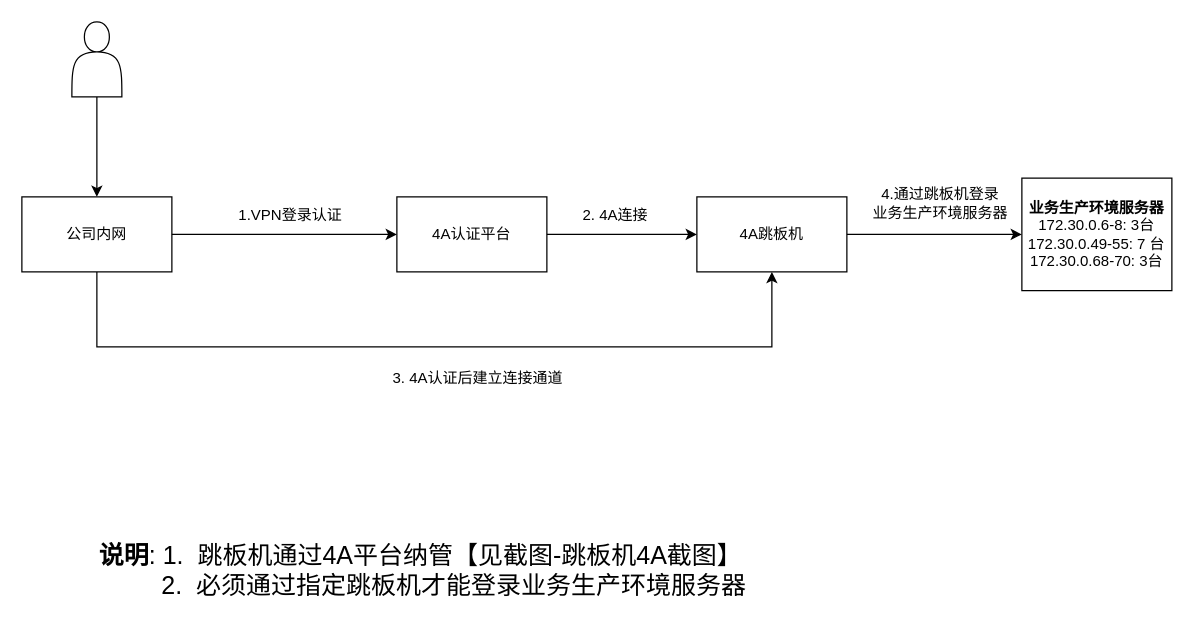
Before: page "第 7 页" (7 of 7) of drawio/安全审查.drawio in Tiny-VS-Lina/ccse, a draw.io diagram. Source tidied: cells renumbered, new cells numbered last; positions are measured from the earlier drawing's top-left corner, leaving out a move shared by most shapes. Both pictures are drawn from the tidied source at 125%, with x=0, y=0 at pixel (21, 21).
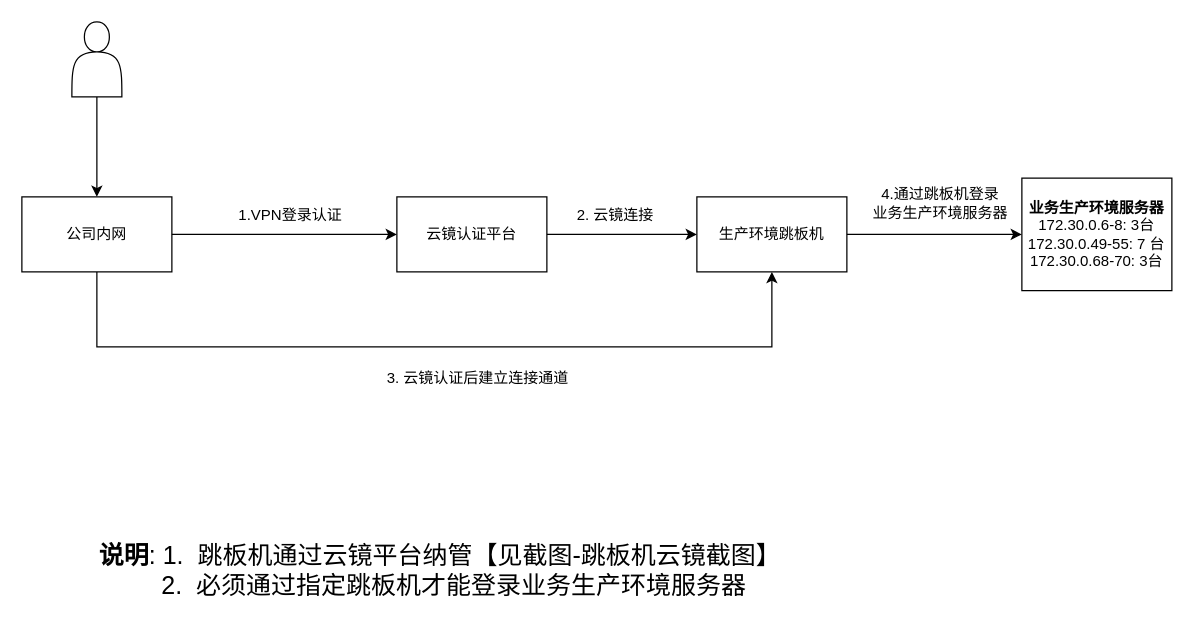
The same diagram, later.

Commit message:
更新安全审查.drawio

The edit, as a diff of the source:
```diff
@@
 <mxGraphModel>
   <root>
     <mxCell id="0" />
     <mxCell id="1" parent="0" />
-    <mxCell id="2" value="4A认证平台" style="rounded=0;whiteSpace=wrap;html=1;" parent="1" vertex="1">
+    <mxCell id="2" value="云镜认证平台" style="rounded=0;whiteSpace=wrap;html=1;" parent="1" vertex="1">
       <mxGeometry x="300" y="140" width="120" height="60" as="geometry" />
     </mxCell>
     <mxCell id="3" value="公司内网" style="rounded=0;whiteSpace=wrap;html=1;" parent="1" vertex="1">
       <mxGeometry y="140" width="120" height="60" as="geometry" />
     </mxCell>
     <mxCell id="4" style="shape=actor;whiteSpace=wrap;html=1;" parent="1" vertex="1">
       <mxGeometry x="40" width="40" height="60" as="geometry" />
     </mxCell>
     <mxCell id="5" style="endArrow=classic;html=1;rounded=0;exitX=0.5;exitY=1;exitDx=0;exitDy=0;" parent="1" edge="1" source="4" target="3">
       <mxGeometry relative="1" as="geometry" />
     </mxCell>
     <mxCell id="6" style="endArrow=classic;html=1;rounded=0;exitX=1;exitY=0.5;exitDx=0;exitDy=0;" parent="1" edge="1" source="3" target="2">
       <mxGeometry relative="1" as="geometry" />
     </mxCell>
     <mxCell id="7" value="1.VPN登录认证" style="text;html=1;strokeColor=none;fillColor=none;align=center;verticalAlign=middle;whiteSpace=wrap;rounded=0;" parent="1" vertex="1">
       <mxGeometry x="170" y="140" width="90" height="30" as="geometry" />
     </mxCell>
-    <mxCell id="8" value="4A跳板机" style="rounded=0;whiteSpace=wrap;html=1;" parent="1" vertex="1">
+    <mxCell id="8" value="生产环境跳板机" style="rounded=0;whiteSpace=wrap;html=1;" parent="1" vertex="1">
       <mxGeometry x="540" y="140" width="120" height="60" as="geometry" />
     </mxCell>
     <mxCell id="9" style="endArrow=classic;html=1;rounded=0;exitX=1;exitY=0.5;exitDx=0;exitDy=0;" parent="1" edge="1" source="2" target="8">
       <mxGeometry relative="1" as="geometry" />
     </mxCell>
-    <mxCell id="10" value="2. 4A连接" style="text;html=1;strokeColor=none;fillColor=none;align=center;verticalAlign=middle;whiteSpace=wrap;rounded=0;" parent="1" vertex="1">
+    <mxCell id="10" value="2.&amp;nbsp;云镜连接" style="text;html=1;strokeColor=none;fillColor=none;align=center;verticalAlign=middle;whiteSpace=wrap;rounded=0;" parent="1" vertex="1">
       <mxGeometry x="430" y="140" width="90" height="30" as="geometry" />
     </mxCell>
     <mxCell id="11" style="endArrow=classic;html=1;rounded=0;exitX=0.5;exitY=1;exitDx=0;exitDy=0;entryX=0.5;entryY=1;entryDx=0;entryDy=0;edgeStyle=orthogonalEdgeStyle;" parent="1" edge="1" source="3" target="8">
       <mxGeometry relative="1" as="geometry">
         <Array as="points">
           <mxPoint x="60" y="260" />
           <mxPoint x="600" y="260" />
         </Array>
       </mxGeometry>
     </mxCell>
-    <mxCell id="12" value="3. 4A认证后建立连接通道" style="text;html=1;strokeColor=none;fillColor=none;align=center;verticalAlign=middle;whiteSpace=wrap;rounded=0;" parent="1" vertex="1">
+    <mxCell id="12" value="3.&amp;nbsp;云镜认证后建立连接通道" style="text;html=1;strokeColor=none;fillColor=none;align=center;verticalAlign=middle;whiteSpace=wrap;rounded=0;" parent="1" vertex="1">
       <mxGeometry x="290" y="270" width="150" height="30" as="geometry" />
     </mxCell>
     <mxCell id="13" value="&lt;b&gt;业务生产环境服务器&lt;/b&gt;&lt;br&gt;172.30.0.6-8: 3台&lt;br&gt;172.30.0.49-55: 7&amp;nbsp;台&lt;br&gt;172.30.0.68-70: 3台" style="rounded=0;whiteSpace=wrap;html=1;" parent="1" vertex="1">
       <mxGeometry x="800" y="125" width="120" height="90" as="geometry" />
     </mxCell>
     <mxCell id="14" style="endArrow=classic;html=1;rounded=0;exitX=1;exitY=0.5;exitDx=0;exitDy=0;" parent="1" edge="1" source="8" target="13">
       <mxGeometry relative="1" as="geometry" />
     </mxCell>
     <mxCell id="15" value="4.通过跳板机登录&lt;br&gt;业务生产环境服务器" style="text;html=1;strokeColor=none;fillColor=none;align=center;verticalAlign=middle;whiteSpace=wrap;rounded=0;" parent="1" vertex="1">
       <mxGeometry x="670" y="130" width="130" height="30" as="geometry" />
     </mxCell>
-    <mxCell id="16" value="&lt;b style=&quot;font-size: 20px;&quot;&gt;说明&lt;/b&gt;: 1.&amp;nbsp; 跳板机通过4A平台纳管【见截图-跳板机4A截图】&lt;br style=&quot;font-size: 20px;&quot;&gt;&amp;nbsp; &amp;nbsp; &amp;nbsp; &amp;nbsp; &amp;nbsp;2.&amp;nbsp; 必须通过指定跳板机才能登录业务生产环境服务器" style="text;html=1;strokeColor=none;fillColor=none;align=left;verticalAlign=middle;whiteSpace=wrap;rounded=0;fontSize=20;" parent="1" vertex="1">
+    <mxCell id="16" value="&lt;b style=&quot;font-size: 20px;&quot;&gt;说明&lt;/b&gt;: 1.&amp;nbsp; 跳板机通过云镜平台纳管【见截图-跳板机云镜截图】&lt;br style=&quot;font-size: 20px;&quot;&gt;&amp;nbsp; &amp;nbsp; &amp;nbsp; &amp;nbsp; &amp;nbsp;2.&amp;nbsp; 必须通过指定跳板机才能登录业务生产环境服务器" style="text;html=1;strokeColor=none;fillColor=none;align=left;verticalAlign=middle;whiteSpace=wrap;rounded=0;fontSize=20;" parent="1" vertex="1">
       <mxGeometry x="60" y="405" width="620" height="65" as="geometry" />
     </mxCell>
   </root>
 </mxGraphModel>
```
